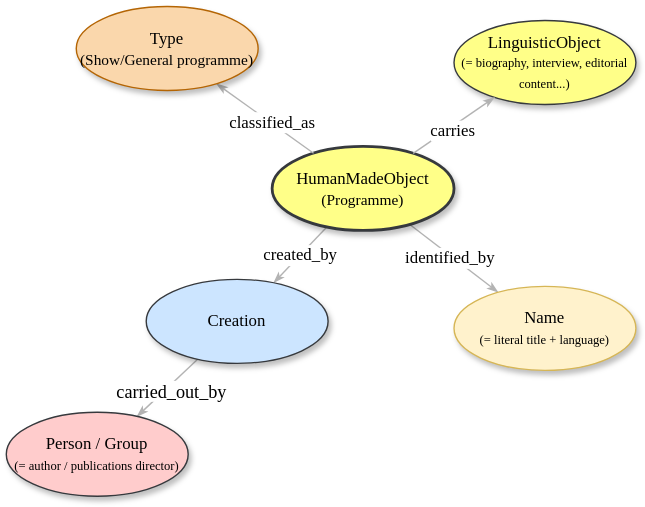
Above: Figures-Cookbook/Programme.drawio.svg in stage-to-data/linked-art-pa (draw.io), before the change. Source tidied: cells renumbered, new cells last; positions are measured from the earlier drawing's top-left corner, leaving out a move shared by most shapes.
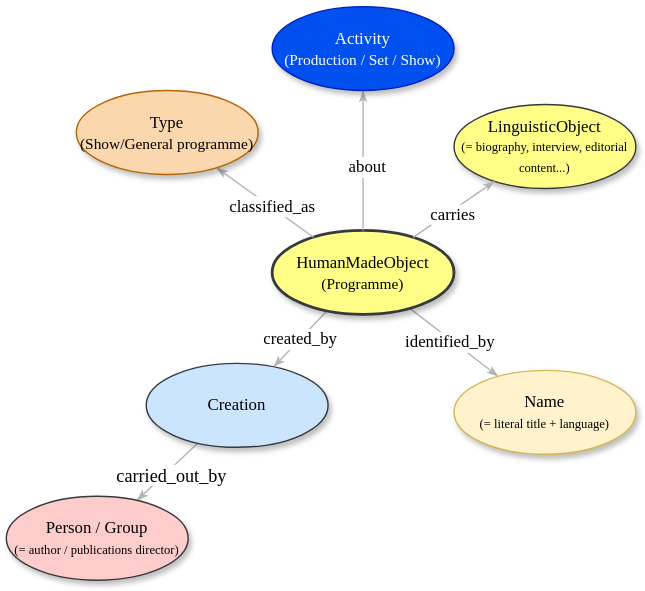
Later version of the same file.

The edit, as a diff of the source:
```diff
@@ -49,5 +49,14 @@
     <mxCell id="16" value="&lt;font style=&quot;font-size: 12px;&quot; face=&quot;Verdana&quot;&gt;carries&lt;/font&gt;" style="edgeLabel;html=1;align=center;verticalAlign=middle;labelBackgroundColor=#FFFFFF;" parent="15" vertex="1">
       <mxGeometry x="-0.08" y="-2" relative="1" as="geometry" />
     </mxCell>
+    <mxCell id="17" style="edgeStyle=none;rounded=1;html=1;labelBackgroundColor=#FFFFFF;startArrow=none;startFill=0;startSize=5;endArrow=classicThin;endFill=1;endSize=5;jettySize=auto;strokeColor=#B3B3B3;strokeWidth=1;fontFamily=Verdana;fontSize=12;" parent="1" edge="1" source="5" target="19">
+      <mxGeometry relative="1" as="geometry" />
+    </mxCell>
+    <mxCell id="18" value="&lt;font style=&quot;font-size: 12px;&quot; face=&quot;Verdana&quot;&gt;about&lt;/font&gt;" style="edgeLabel;html=1;align=center;verticalAlign=middle;labelBackgroundColor=#FFFFFF;" parent="17" vertex="1">
+      <mxGeometry x="-0.08" y="-2" relative="1" as="geometry" />
+    </mxCell>
+    <mxCell id="19" value="&lt;span&gt;Activity&lt;/span&gt;&lt;div&gt;&lt;span&gt;&lt;font style=&quot;font-size: 11px;&quot;&gt;(Production / Set / Show)&lt;/font&gt;&lt;/span&gt;&lt;/div&gt;" style="ellipse;whiteSpace=wrap;html=1;rounded=0;shadow=1;comic=0;labelBackgroundColor=none;strokeWidth=1;fontFamily=Verdana;fontSize=12;align=center;fillColor=#0050ef;strokeColor=#001DBC;fontColor=#ffffff;" parent="1" vertex="1">
+      <mxGeometry x="190" y="-60" width="130" height="60" as="geometry" />
+    </mxCell>
   </root>
 </mxGraphModel>
```
